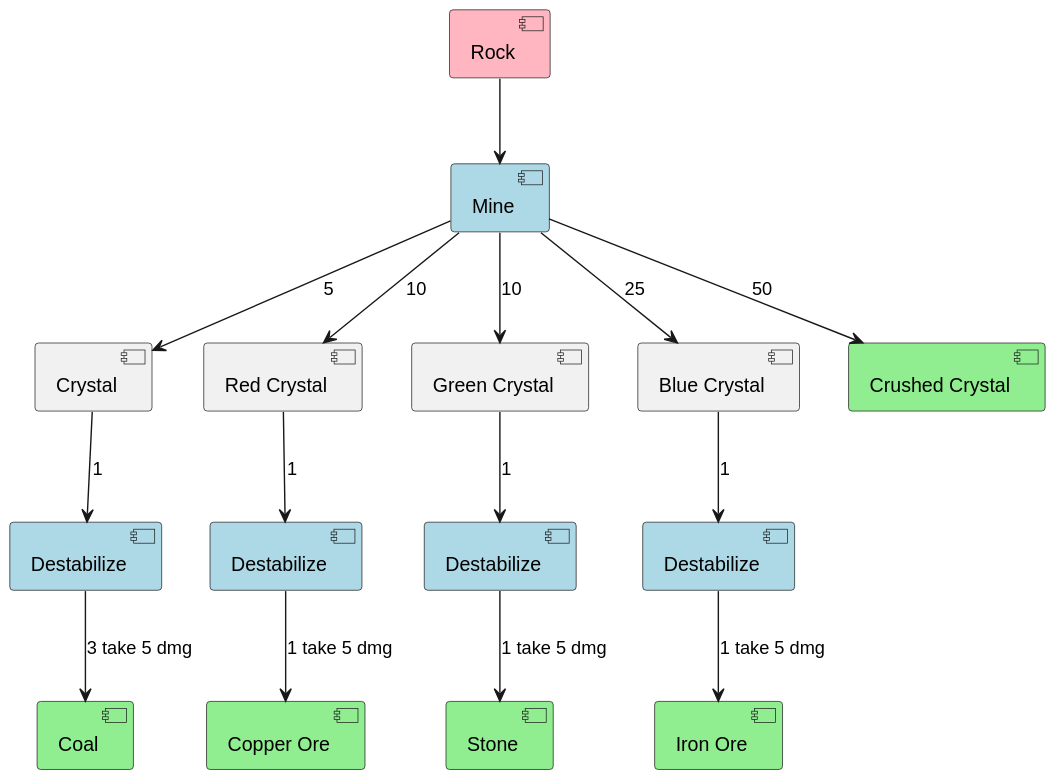
Before: Documentation/ManualFlow.svg, a diagram exported from PlantUML (Thomas-De-Praetere/CrystalMod). Source of this version:
```plantuml
@startuml
hide methods
hide fields
hide circle

[Rock] as R #lightpink

[Crystal] as C
[Red Crystal] as RC
[Green Crystal] as GC
[Blue Crystal] as BC
[Crushed Crystal] as CCr #lightgreen

[Iron Ore] as FE #lightgreen
[Copper Ore] as CU #lightgreen
[Stone] as S #lightgreen
[Coal] as Ca #lightgreen

[Mine] as MR #lightblue
[Destabilize] as DC #lightblue
[Destabilize] as DRC #lightblue
[Destabilize] as DGC #lightblue
[Destabilize] as DBC #lightblue


R --> MR
MR --> C : 5
MR --> RC : 10
MR --> GC : 10
MR --> BC : 25
MR --> CCr : 50

C --> DC : 1
DC --> Ca : 3 take 5 dmg

RC --> DRC : 1
DRC --> CU : 1 take 5 dmg

BC --> DBC : 1
DBC --> FE : 1 take 5 dmg

GC --> DGC : 1
DGC --> S : 1 take 5 dmg
@enduml
```
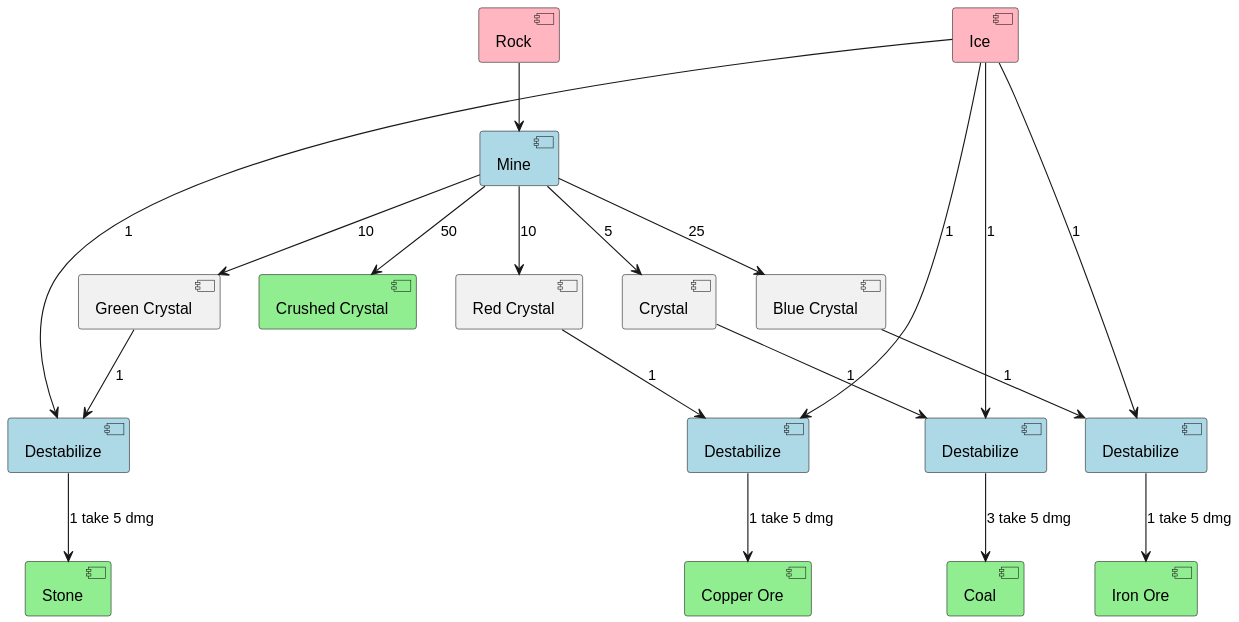
Above is the later version.

Diff of the diagram source:
```diff
@@ -4,6 +4,7 @@
 hide circle
 
 [Rock] as R #lightpink
+[Ice] as I #lightpink
 
 [Crystal] as C
 [Red Crystal] as RC
@@ -31,14 +32,18 @@
 MR --> CCr : 50
 
 C --> DC : 1
+I ----> DC : 1
 DC --> Ca : 3 take 5 dmg
 
 RC --> DRC : 1
+I ----> DRC : 1
 DRC --> CU : 1 take 5 dmg
 
 BC --> DBC : 1
+I ----> DBC : 1
 DBC --> FE : 1 take 5 dmg
 
 GC --> DGC : 1
+I ----> DGC : 1
 DGC --> S : 1 take 5 dmg
 @enduml
```
